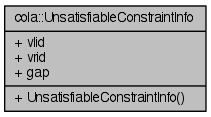
Above: documentation/classcola_1_1UnsatisfiableConstraintInfo__coll__graph.png in mjwybrow/adaptagrams (Graphviz), before the change. Its source is kept beside it as documentation/classcola_1_1UnsatisfiableConstraintInfo__coll__graph.dot.
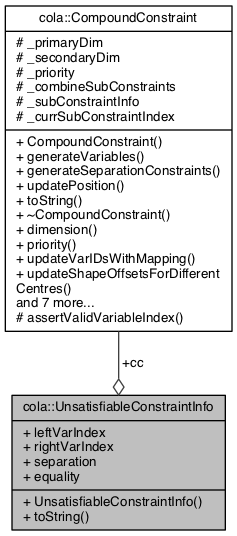
The same file after the commit.

Diff of the diagram source:
```diff
@@ -2,5 +2,7 @@
 {
   edge [fontname="Helvetica",fontsize="10",labelfontname="Helvetica",labelfontsize="10"];
   node [fontname="Helvetica",fontsize="10",shape=record];
-  Node1 [label="{cola::UnsatisfiableConstraintInfo\n|+ vlid\l+ vrid\l+ gap\l|+ UnsatisfiableConstraintInfo()\l}",height=0.2,width=0.4,color="black", fillcolor="grey75", style="filled" fontcolor="black"];
+  Node1 [label="{cola::UnsatisfiableConstraintInfo\n|+ leftVarIndex\l+ rightVarIndex\l+ separation\l+ equality\l|+ UnsatisfiableConstraintInfo()\l+ toString()\l}",height=0.2,width=0.4,color="black", fillcolor="grey75", style="filled", fontcolor="black"];
+  Node2 -> Node1 [color="grey25",fontsize="10",style="solid",label=" +cc" ,arrowhead="odiamond",fontname="Helvetica"];
+  Node2 [label="{cola::CompoundConstraint\n|# _primaryDim\l# _secondaryDim\l# _priority\l# _combineSubConstraints\l# _subConstraintInfo\l# _currSubConstraintIndex\l|+ CompoundConstraint()\l+ generateVariables()\l+ generateSeparationConstraints()\l+ updatePosition()\l+ toString()\l+ ~CompoundConstraint()\l+ dimension()\l+ priority()\l+ updateVarIDsWithMapping()\l+ updateShapeOffsetsForDifferent\lCentres()\land 7 more...\l# assertValidVariableIndex()\l}",height=0.2,width=0.4,color="black", fillcolor="white", style="filled",URL="$classcola_1_1CompoundConstraint.html",tooltip="An abstract base class for all high-level compound constraints. "];
 }
```
